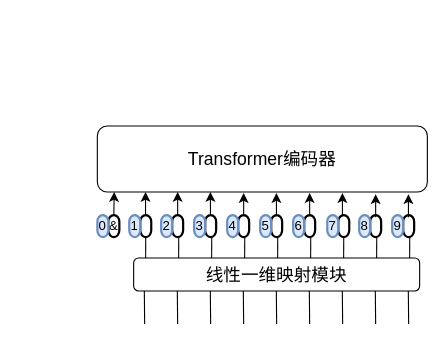
Before: 未命名绘图.drawio in infiniteaim/Repository-from-Anonus, a draw.io diagram. Source tidied: cells renumbered, new cells numbered last; positions are measured from the earlier drawing's top-left corner, leaving out a move shared by most shapes. Both pictures are drawn from the tidied source at 110%, with x=0, y=0 at pixel (97, 125).
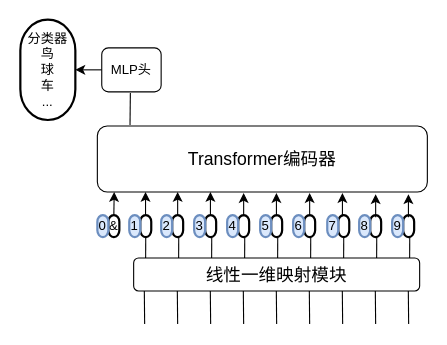
The same diagram, later.

Commit message (it also covers changes not shown here):
更新未命名绘图.drawio

Unchanged cells that the change refers to:
```xml
<mxCell id="41" value="&lt;font style=&quot;font-size: 16px;&quot;&gt;Transformer编码器&lt;/font&gt;" style="rounded=1;whiteSpace=wrap;html=1;" parent="1" vertex="1">
  <mxGeometry width="300" height="60" as="geometry" />
</mxCell>
```

Diff of the diagram source:
```diff
@@
+    <mxCell id="52" style="endArrow=none;html=1;rounded=0;exitX=0.099;exitY=-0.016;exitDx=0;exitDy=0;exitPerimeter=0;" parent="1" edge="1" source="41">
+      <mxGeometry relative="1" as="geometry">
+        <mxPoint x="30" y="-30" as="targetPoint" />
+      </mxGeometry>
+    </mxCell>
+    <mxCell id="53" value="MLP头" style="rounded=1;whiteSpace=wrap;html=1;" parent="1" vertex="1">
+      <mxGeometry x="4" y="-71" width="54" height="40" as="geometry" />
+    </mxCell>
+    <mxCell id="54" value="分类器&lt;div&gt;鸟&lt;/div&gt;&lt;div&gt;球&lt;/div&gt;&lt;div&gt;车&lt;/div&gt;&lt;div&gt;...&lt;/div&gt;" style="strokeWidth=2;html=1;shape=mxgraph.flowchart.terminator;whiteSpace=wrap;direction=south;" parent="1" vertex="1">
+      <mxGeometry x="-70" y="-96.6" width="50" height="91.2" as="geometry" />
+    </mxCell>
+    <mxCell id="55" style="edgeStyle=orthogonalEdgeStyle;rounded=0;jettySize=auto;html=1;exitX=0;exitY=0.5;exitDx=0;exitDy=0;entryX=0.5;entryY=0;entryDx=0;entryDy=0;entryPerimeter=0;" parent="1" edge="1" source="53" target="54">
+      <mxGeometry relative="1" as="geometry" />
+    </mxCell>
```
